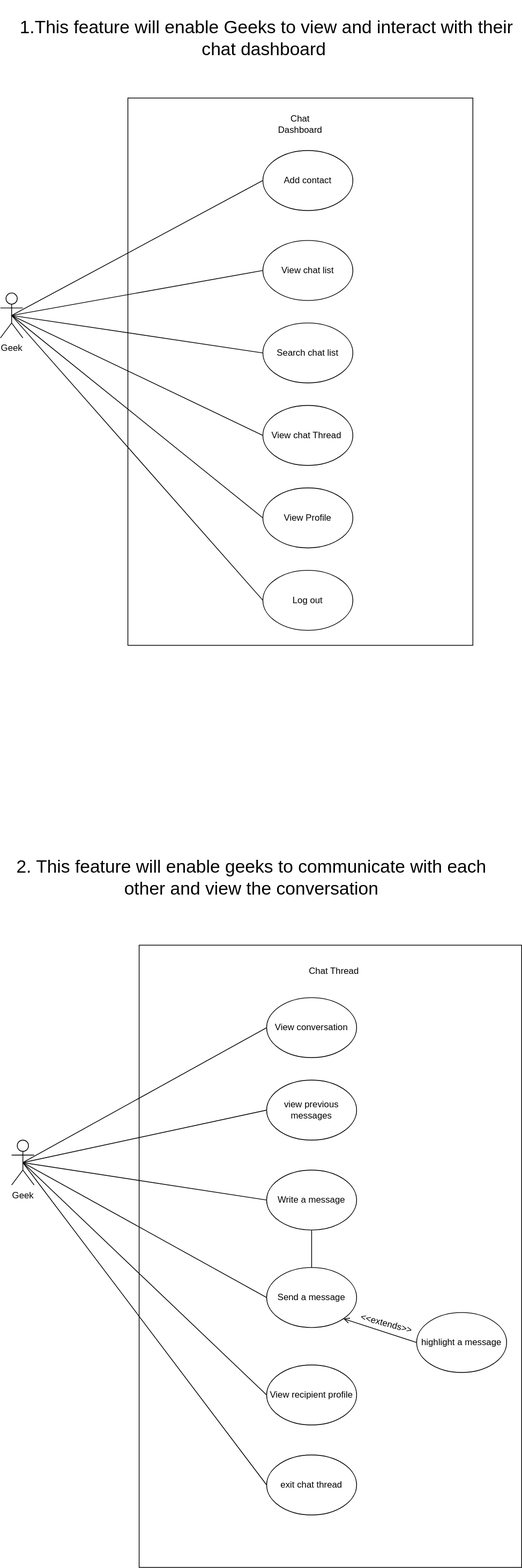
tshegofatso-motlhakane/Geeks-Chat keeps this draw.io diagram as Deliverable1/UsecaseDiagrams/Chat.drawio.svg. Above is the earlier version. Source tidied: cells renumbered, new cells last; positions are measured from the earlier drawing's top-left corner, leaving out a move shared by most shapes.
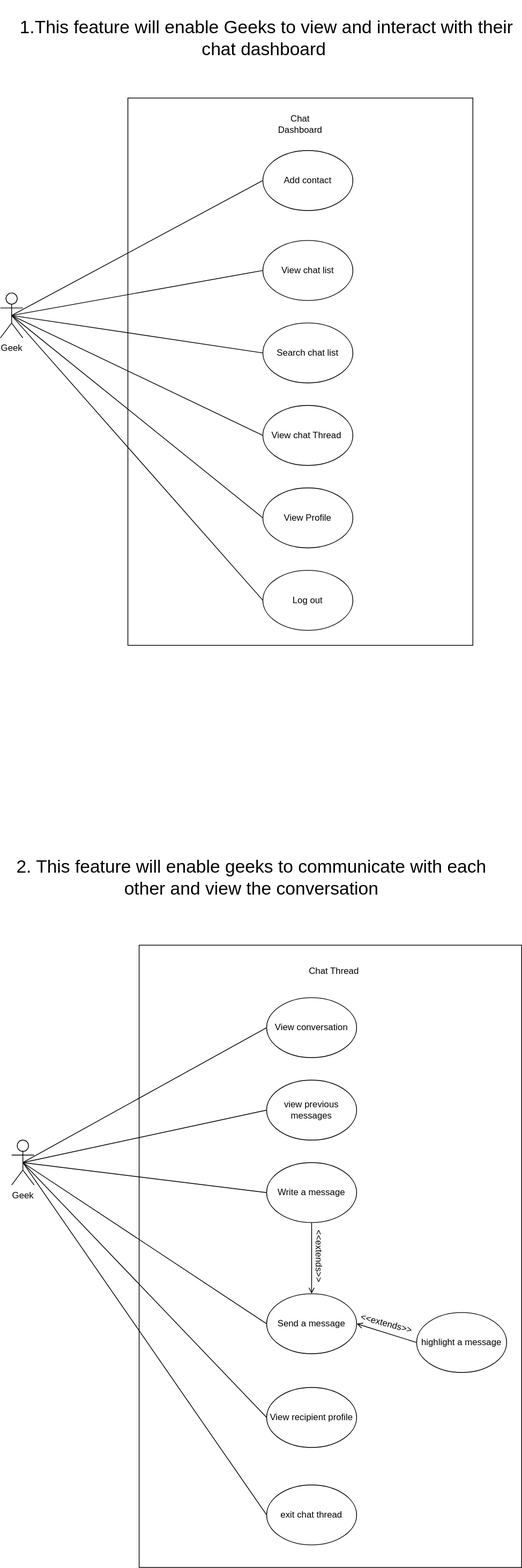
Later version of the same file.

Change to the diagram source:
```diff
@@ -60,10 +60,10 @@
       <mxGeometry x="355" y="1440" width="120" height="80" as="geometry" />
     </mxCell>
     <mxCell id="21" value="Send a message" style="ellipse;whiteSpace=wrap;html=1;" parent="1" vertex="1">
-      <mxGeometry x="355" y="1690" width="120" height="80" as="geometry" />
+      <mxGeometry x="355" y="1725" width="120" height="80" as="geometry" />
     </mxCell>
     <mxCell id="22" value="View recipient profile" style="ellipse;whiteSpace=wrap;html=1;" parent="1" vertex="1">
-      <mxGeometry x="355" y="1820" width="120" height="80" as="geometry" />
+      <mxGeometry x="355" y="1850" width="120" height="80" as="geometry" />
     </mxCell>
     <mxCell id="23" style="endArrow=none;html=1;rounded=0;exitX=0.5;exitY=0.5;exitDx=0;exitDy=0;exitPerimeter=0;entryX=0;entryY=0.5;entryDx=0;entryDy=0;" parent="1" edge="1" source="18" target="20">
       <mxGeometry relative="1" as="geometry" />
@@ -74,17 +74,17 @@
     <mxCell id="25" style="endArrow=none;html=1;rounded=0;exitX=0.5;exitY=0.5;exitDx=0;exitDy=0;exitPerimeter=0;entryX=0;entryY=0.5;entryDx=0;entryDy=0;" parent="1" edge="1" source="18" target="22">
       <mxGeometry relative="1" as="geometry" />
     </mxCell>
-    <mxCell id="26" style="edgeStyle=orthogonalEdgeStyle;rounded=0;jettySize=auto;html=1;exitX=0.5;exitY=1;exitDx=0;exitDy=0;endArrow=none;endFill=0;" parent="1" edge="1" source="27" target="21">
+    <mxCell id="26" style="edgeStyle=orthogonalEdgeStyle;rounded=0;jettySize=auto;html=1;exitX=0.5;exitY=1;exitDx=0;exitDy=0;endArrow=open;endFill=0;" parent="1" edge="1" source="27" target="21">
       <mxGeometry relative="1" as="geometry" />
     </mxCell>
     <mxCell id="27" value="Write a message" style="ellipse;whiteSpace=wrap;html=1;" parent="1" vertex="1">
-      <mxGeometry x="355" y="1560" width="120" height="80" as="geometry" />
+      <mxGeometry x="355" y="1550" width="120" height="80" as="geometry" />
     </mxCell>
     <mxCell id="28" style="endArrow=none;html=1;rounded=0;exitX=0.5;exitY=0.5;exitDx=0;exitDy=0;exitPerimeter=0;entryX=0;entryY=0.5;entryDx=0;entryDy=0;" parent="1" edge="1" source="18" target="27">
       <mxGeometry relative="1" as="geometry" />
     </mxCell>
     <mxCell id="29" value="exit chat thread" style="ellipse;whiteSpace=wrap;html=1;" parent="1" vertex="1">
-      <mxGeometry x="355" y="1940" width="120" height="80" as="geometry" />
+      <mxGeometry x="355" y="1980" width="120" height="80" as="geometry" />
     </mxCell>
     <mxCell id="30" style="endArrow=none;html=1;rounded=0;exitX=0.5;exitY=0.5;exitDx=0;exitDy=0;exitPerimeter=0;entryX=0;entryY=0.5;entryDx=0;entryDy=0;" parent="1" edge="1" source="18" target="29">
       <mxGeometry relative="1" as="geometry" />
@@ -98,7 +98,7 @@
     <mxCell id="33" value="highlight a message" style="ellipse;whiteSpace=wrap;html=1;" parent="1" vertex="1">
       <mxGeometry x="555" y="1750" width="120" height="80" as="geometry" />
     </mxCell>
-    <mxCell id="34" style="endArrow=none;html=1;rounded=0;entryX=0;entryY=0.5;entryDx=0;entryDy=0;exitX=1;exitY=1;exitDx=0;exitDy=0;endFill=0;startArrow=open;startFill=0;" parent="1" edge="1" source="21" target="33">
+    <mxCell id="34" style="endArrow=none;html=1;rounded=0;entryX=0;entryY=0.5;entryDx=0;entryDy=0;exitX=1;exitY=0.5;exitDx=0;exitDy=0;endFill=0;startArrow=open;startFill=0;" parent="1" edge="1" source="21" target="33">
       <mxGeometry relative="1" as="geometry" />
     </mxCell>
     <mxCell id="35" value="&amp;lt;&amp;lt;extends&amp;gt;&amp;gt;" style="text;html=1;strokeColor=none;fillColor=none;align=center;verticalAlign=middle;whiteSpace=wrap;rounded=0;rotation=15;" parent="1" vertex="1">
@@ -110,5 +110,8 @@
     <mxCell id="37" value="&lt;font style=&quot;font-size: 24px;&quot;&gt;2. This feature will enable geeks to communicate with each other and view the conversation&lt;/font&gt;" style="text;html=1;strokeColor=none;fillColor=none;align=center;verticalAlign=middle;whiteSpace=wrap;rounded=0;" parent="1" vertex="1">
       <mxGeometry y="1120" width="670" height="100" as="geometry" />
     </mxCell>
+    <mxCell id="38" value="&amp;lt;&amp;lt;extends&amp;gt;&amp;gt;" style="text;html=1;strokeColor=none;fillColor=none;align=center;verticalAlign=middle;whiteSpace=wrap;rounded=0;rotation=90;" parent="1" vertex="1">
+      <mxGeometry x="395" y="1660" width="60" height="30" as="geometry" />
+    </mxCell>
   </root>
 </mxGraphModel>
```
